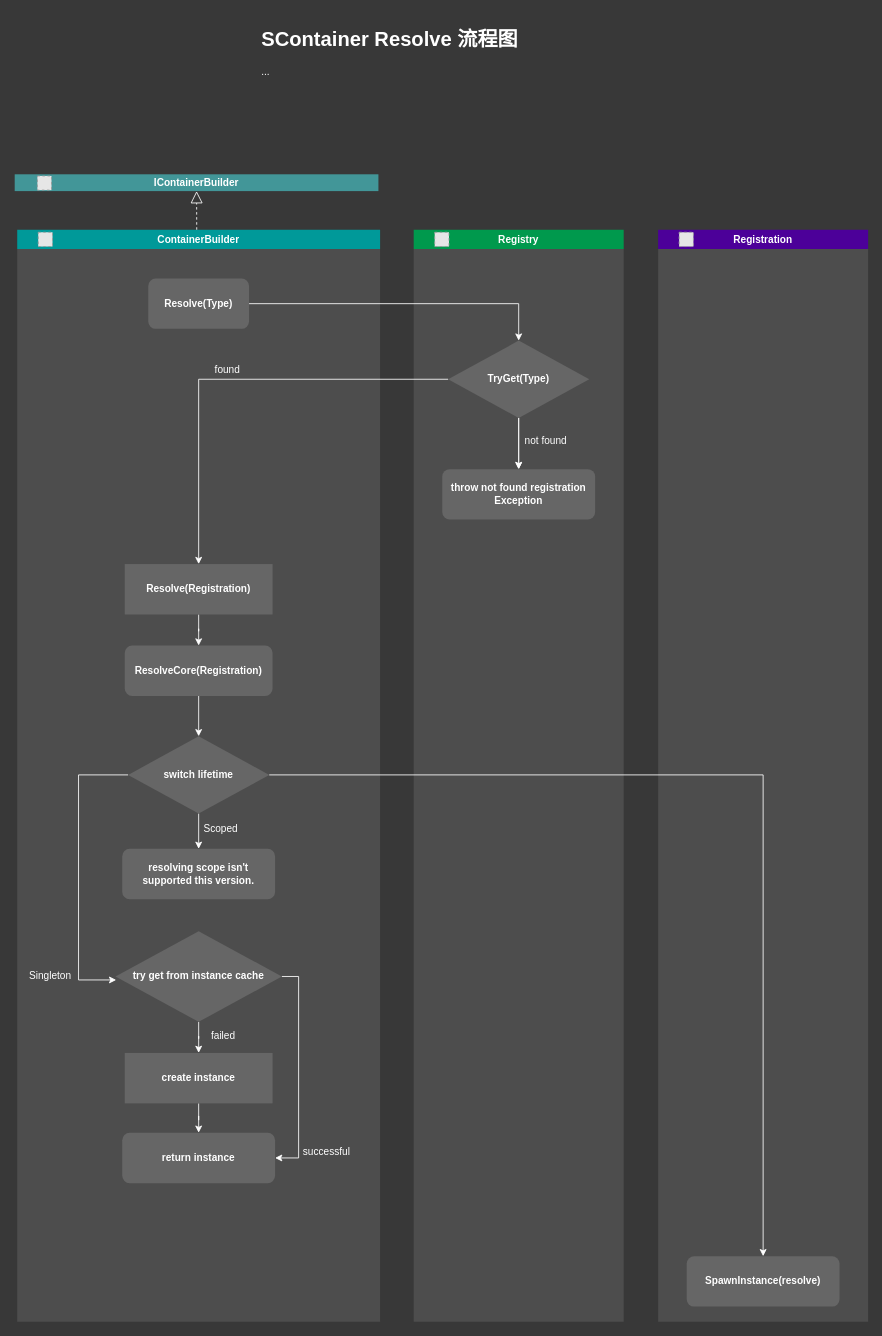
This is page "Resolve swimlane diagram" (7 of 7) of Resources/drawio/SContainer_01.drawio from Summid/SContainer, a draw.io file, before an edit. Source tidied: cells renumbered, new cells numbered last; positions are measured from the earlier drawing's top-left corner, leaving out a move shared by most shapes. Both pictures are drawn from the tidied source at 84%, with x=0, y=0 at pixel (14, 23). Pictures stored in the file or linked from it are replaced by grey dashed boxes.
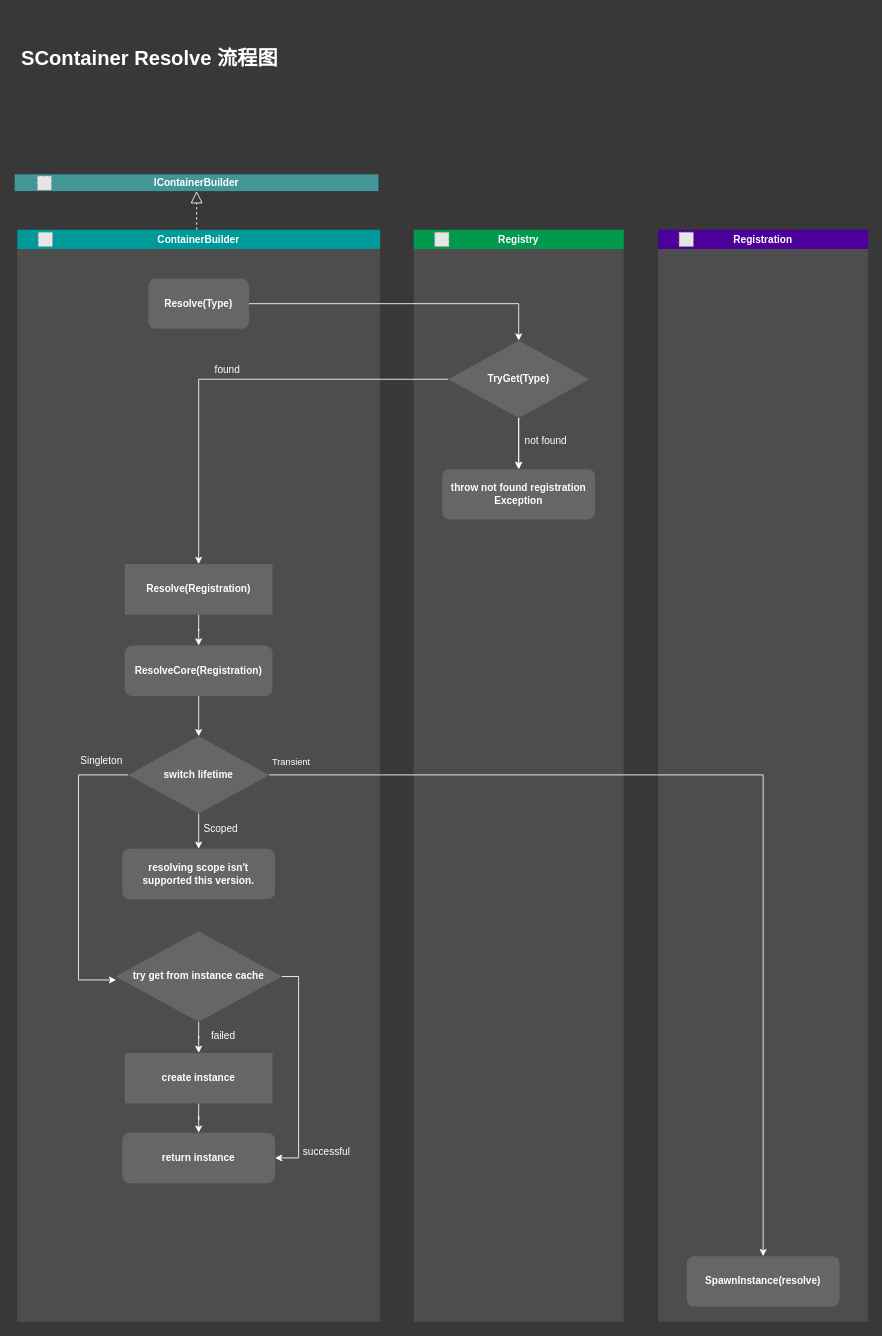
After the change.

Unchanged cells that the change refers to:
```xml
<mxCell id="19" style="edgeStyle=orthogonalEdgeStyle;shape=connector;rounded=0;jettySize=auto;html=1;exitX=0;exitY=0.5;exitDx=0;exitDy=0;entryX=0.004;entryY=0.538;entryDx=0;entryDy=0;entryPerimeter=0;labelBackgroundColor=default;strokeColor=#FFFFFF;align=center;verticalAlign=middle;fontFamily=Helvetica;fontSize=12;fontColor=#FFFFFF;endArrow=classic;" parent="3" edge="1" source="12" target="18">
  <mxGeometry relative="1" as="geometry">
    <Array as="points">
      <mxPoint x="73" y="649" />
      <mxPoint x="73" y="893" />
    </Array>
  </mxGeometry>
</mxCell>
<mxCell id="41" style="edgeStyle=orthogonalEdgeStyle;shape=connector;rounded=0;jettySize=auto;html=1;labelBackgroundColor=default;strokeColor=#FFFFFF;align=center;verticalAlign=middle;fontFamily=Helvetica;fontSize=12;fontColor=#FFFFFF;endArrow=classic;" parent="1" edge="1" source="12" target="39">
  <mxGeometry relative="1" as="geometry" />
</mxCell>
```

Change to the diagram source:
```diff
@@
-    <mxCell id="2" value="&lt;h1&gt;SContainer Resolve 流程图&lt;/h1&gt;&lt;div&gt;...&lt;/div&gt;" style="text;html=1;strokeColor=none;fillColor=none;spacing=5;spacingTop=-20;whiteSpace=wrap;overflow=hidden;rounded=0;fontColor=#FFFFFF;" parent="1" vertex="1">
-      <mxGeometry x="289" width="365" height="160" as="geometry" />
+    <mxCell id="2" value="&lt;h1&gt;SContainer Resolve 流程图&lt;/h1&gt;&lt;div&gt;&lt;br&gt;&lt;/div&gt;" style="text;html=1;strokeColor=none;fillColor=none;spacing=5;spacingTop=-20;whiteSpace=wrap;overflow=hidden;rounded=0;fontColor=#FFFFFF;" parent="1" vertex="1">
+      <mxGeometry x="3" y="22" width="365" height="113" as="geometry" />
     </mxCell>
@@
     <mxCell id="20" value="Singleton" style="edgeLabel;html=1;align=center;verticalAlign=middle;fontSize=12;fontFamily=Helvetica;fontColor=#FFFFFF;labelBackgroundColor=none;" parent="19" vertex="1">
       <mxGeometry x="-0.22" y="-2" relative="1" as="geometry">
-        <mxPoint x="-33" y="161" as="offset" />
+        <mxPoint x="28" y="-94" as="offset" />
       </mxGeometry>
     </mxCell>
@@
+    <mxCell id="42" value="Transient" style="edgeLabel;html=1;align=center;verticalAlign=middle;fontColor=#FFFFFF;labelBackgroundColor=none;" parent="41" vertex="1">
+      <mxGeometry x="-0.62" y="2" relative="1" as="geometry">
+        <mxPoint x="-196" y="-14" as="offset" />
+      </mxGeometry>
+    </mxCell>
```
